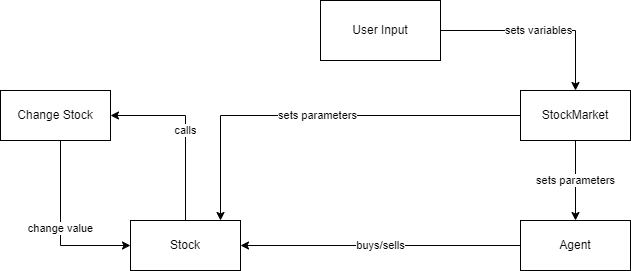
This is final_project/documentation/system_block_diagram.png from zl8244/StockMarketSim, a draw.io export, as it was before one commit. Source tidied: cells renumbered, new cells last; positions are measured from the earlier drawing's top-left corner, leaving out a move shared by most shapes.
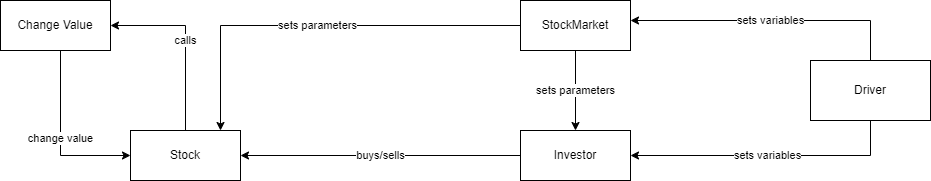
The same file after the commit.

Commit message:
Updated system block diagram

Change to the diagram source:
```diff
@@ -28,7 +28,7 @@
     <mxCell id="7" value="buys/sells" style="edgeStyle=orthogonalEdgeStyle;rounded=0;jettySize=auto;html=1;" parent="1" edge="1" source="8" target="6">
       <mxGeometry relative="1" as="geometry" />
     </mxCell>
-    <mxCell id="8" value="Agent" style="html=1;whiteSpace=wrap;" parent="1" vertex="1">
+    <mxCell id="8" value="Investor" style="html=1;whiteSpace=wrap;" parent="1" vertex="1">
       <mxGeometry x="520" y="220" width="110" height="50" as="geometry" />
     </mxCell>
     <mxCell id="9" value="change value" style="edgeStyle=orthogonalEdgeStyle;rounded=0;jettySize=auto;html=1;" parent="1" edge="1" source="10" target="6">
@@ -39,14 +39,25 @@
         </Array>
       </mxGeometry>
     </mxCell>
-    <mxCell id="10" value="Change Stock" style="html=1;whiteSpace=wrap;" parent="1" vertex="1">
+    <mxCell id="10" value="Change Value" style="html=1;whiteSpace=wrap;" parent="1" vertex="1">
       <mxGeometry y="90" width="110" height="50" as="geometry" />
     </mxCell>
     <mxCell id="11" value="sets variables" style="edgeStyle=orthogonalEdgeStyle;rounded=0;jettySize=auto;html=1;" parent="1" edge="1" source="12" target="4">
-      <mxGeometry relative="1" as="geometry" />
+      <mxGeometry relative="1" as="geometry">
+        <Array as="points">
+          <mxPoint x="870" y="110" />
+        </Array>
+      </mxGeometry>
     </mxCell>
+    <mxCell id="13" value="sets variables" style="edgeStyle=orthogonalEdgeStyle;rounded=0;jettySize=auto;html=1;" parent="1" edge="1" source="12" target="8">
+      <mxGeometry relative="1" as="geometry">
+        <Array as="points">
+          <mxPoint x="870" y="245" />
+        </Array>
+      </mxGeometry>
+    </mxCell>
-    <mxCell id="12" value="User Input" style="rounded=0;whiteSpace=wrap;html=1;" parent="1" vertex="1">
-      <mxGeometry x="320" width="120" height="60" as="geometry" />
+    <mxCell id="12" value="Driver" style="rounded=0;whiteSpace=wrap;html=1;" parent="1" vertex="1">
+      <mxGeometry x="810" y="150" width="120" height="60" as="geometry" />
     </mxCell>
   </root>
 </mxGraphModel>
```
